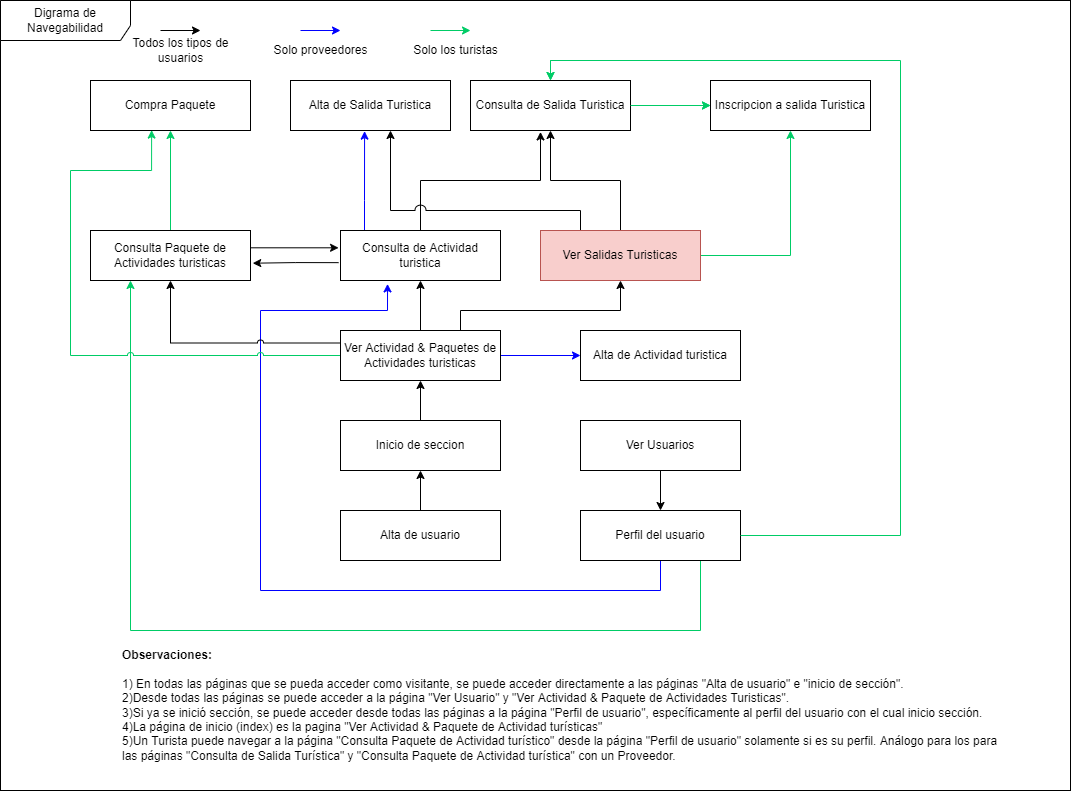
Above: docs/Iteración 2/Navegabilidades/propuesta digrama navegavilidad daniel.png in FacundoDiaz00/Taller-de-Programaci-n (draw.io), before the change. Source tidied: cells renumbered, new cells last; positions are measured from the earlier drawing's top-left corner, leaving out a move shared by most shapes.
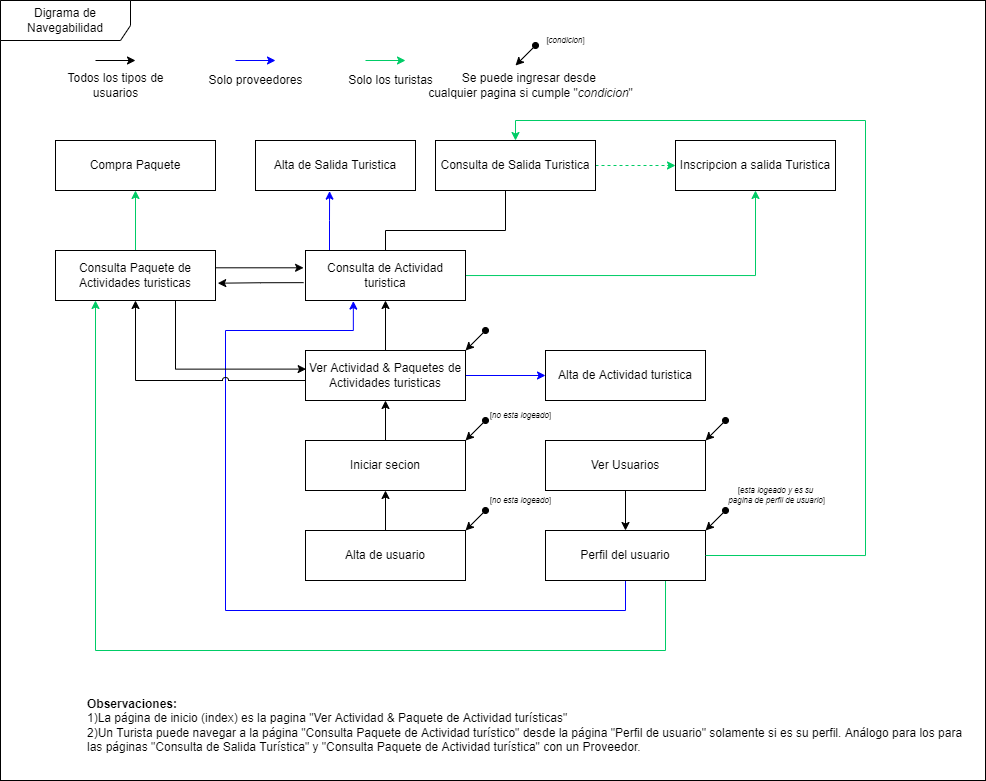
Above is the later version.

Commit message:
comienzo de alta de  usuario

What changed in the source:
```diff
@@ -3,15 +3,18 @@
     <mxCell id="0" />
     <mxCell id="1" parent="0" />
     <mxCell id="2" style="rounded=0;whiteSpace=wrap;html=1;" parent="1" vertex="1">
-      <mxGeometry width="1070" height="790" as="geometry" />
+      <mxGeometry x="35" y="-20" width="985" height="780" as="geometry" />
     </mxCell>
+    <mxCell id="45" value="Digrama de Navegabilidad" style="shape=umlFrame;whiteSpace=wrap;html=1;width=130;height=40;" parent="1" vertex="1">
+      <mxGeometry x="35" y="-20" width="985" height="780" as="geometry" />
+    </mxCell>
-    <mxCell id="3" style="edgeStyle=orthogonalEdgeStyle;rounded=0;jumpStyle=arc;jumpSize=11;jettySize=auto;html=1;entryX=0.294;entryY=1.068;entryDx=0;entryDy=0;entryPerimeter=0;exitX=0.5;exitY=1;exitDx=0;exitDy=0;strokeColor=#0000FF;" parent="1" edge="1" source="35" target="18">
+    <mxCell id="3" style="edgeStyle=orthogonalEdgeStyle;rounded=0;jumpStyle=arc;jumpSize=11;jettySize=auto;html=1;entryX=0.299;entryY=1.012;entryDx=0;entryDy=0;entryPerimeter=0;exitX=0.5;exitY=1;exitDx=0;exitDy=0;strokeColor=#0000FF;" parent="1" edge="1" source="35" target="18">
       <mxGeometry relative="1" as="geometry">
         <Array as="points">
           <mxPoint x="660" y="590" />
           <mxPoint x="260" y="590" />
           <mxPoint x="260" y="310" />
-          <mxPoint x="387" y="310" />
+          <mxPoint x="388" y="310" />
         </Array>
       </mxGeometry>
     </mxCell>
@@ -23,29 +26,17 @@
         </Array>
       </mxGeometry>
     </mxCell>
-    <mxCell id="5" style="edgeStyle=orthogonalEdgeStyle;rounded=0;jettySize=auto;html=1;entryX=0.382;entryY=0.992;entryDx=0;entryDy=0;entryPerimeter=0;jumpStyle=arc;strokeColor=#00CC66;" parent="1" edge="1" source="10" target="22">
-      <mxGeometry relative="1" as="geometry">
-        <Array as="points">
-          <mxPoint x="70" y="355" />
-          <mxPoint x="70" y="170" />
-          <mxPoint x="151" y="170" />
-        </Array>
-      </mxGeometry>
-    </mxCell>
     <mxCell id="6" style="edgeStyle=orthogonalEdgeStyle;rounded=0;jettySize=auto;html=1;entryX=0.5;entryY=1;entryDx=0;entryDy=0;exitX=0;exitY=0.25;exitDx=0;exitDy=0;jumpStyle=arc;" parent="1" edge="1" source="10" target="21">
-      <mxGeometry relative="1" as="geometry" />
+      <mxGeometry relative="1" as="geometry">
+        <Array as="points">
+          <mxPoint x="340" y="360" />
+          <mxPoint x="170" y="360" />
+        </Array>
+      </mxGeometry>
     </mxCell>
     <mxCell id="7" style="edgeStyle=orthogonalEdgeStyle;rounded=0;jettySize=auto;html=1;entryX=0.5;entryY=1;entryDx=0;entryDy=0;" parent="1" edge="1" source="10" target="18">
       <mxGeometry relative="1" as="geometry" />
     </mxCell>
-    <mxCell id="8" style="edgeStyle=orthogonalEdgeStyle;rounded=0;jettySize=auto;html=1;exitX=0.75;exitY=0;exitDx=0;exitDy=0;entryX=0.5;entryY=1;entryDx=0;entryDy=0;" parent="1" edge="1" source="10" target="28">
-      <mxGeometry relative="1" as="geometry">
-        <Array as="points">
-          <mxPoint x="460" y="310" />
-          <mxPoint x="620" y="310" />
-        </Array>
-      </mxGeometry>
-    </mxCell>
     <mxCell id="9" style="edgeStyle=orthogonalEdgeStyle;rounded=0;jettySize=auto;html=1;entryX=0;entryY=0.5;entryDx=0;entryDy=0;strokeColor=#0000FF;" parent="1" edge="1" source="10" target="30">
       <mxGeometry relative="1" as="geometry" />
     </mxCell>
@@ -55,7 +46,7 @@
     <mxCell id="11" style="edgeStyle=orthogonalEdgeStyle;rounded=0;jettySize=auto;html=1;" parent="1" edge="1" source="12" target="10">
       <mxGeometry relative="1" as="geometry" />
     </mxCell>
-    <mxCell id="12" value="Inicio de seccion" style="rounded=0;whiteSpace=wrap;html=1;" parent="1" vertex="1">
+    <mxCell id="12" value="Iniciar secion" style="rounded=0;whiteSpace=wrap;html=1;" parent="1" vertex="1">
       <mxGeometry x="340" y="420" width="160" height="50" as="geometry" />
     </mxCell>
     <mxCell id="13" style="edgeStyle=orthogonalEdgeStyle;rounded=0;jettySize=auto;html=1;entryX=0.5;entryY=1;entryDx=0;entryDy=0;" parent="1" edge="1" source="14" target="12">
@@ -70,8 +61,8 @@
     <mxCell id="16" style="edgeStyle=orthogonalEdgeStyle;rounded=0;jettySize=auto;html=1;entryX=0.442;entryY=1.027;entryDx=0;entryDy=0;entryPerimeter=0;jumpStyle=arc;jumpSize=11;" parent="1" edge="1" source="18" target="24">
       <mxGeometry relative="1" as="geometry">
         <Array as="points">
-          <mxPoint x="420" y="180" />
-          <mxPoint x="540" y="180" />
+          <mxPoint x="420" y="210" />
+          <mxPoint x="540" y="210" />
           <mxPoint x="540" y="131" />
         </Array>
       </mxGeometry>
@@ -84,6 +75,9 @@
         </Array>
       </mxGeometry>
     </mxCell>
+    <mxCell id="46" style="edgeStyle=orthogonalEdgeStyle;rounded=0;jettySize=auto;html=1;entryX=0.5;entryY=1;entryDx=0;entryDy=0;strokeColor=#00CC66;" parent="1" edge="1" source="18" target="29">
+      <mxGeometry relative="1" as="geometry" />
+    </mxCell>
     <mxCell id="18" value="Consulta de Actividad turistica" style="rounded=0;whiteSpace=wrap;html=1;" parent="1" vertex="1">
       <mxGeometry x="340" y="230" width="160" height="50" as="geometry" />
     </mxCell>
@@ -93,43 +87,29 @@
     <mxCell id="20" style="edgeStyle=orthogonalEdgeStyle;rounded=0;jettySize=auto;html=1;exitX=1.004;exitY=0.346;exitDx=0;exitDy=0;exitPerimeter=0;entryX=-0.012;entryY=0.346;entryDx=0;entryDy=0;entryPerimeter=0;" parent="1" edge="1" source="21" target="18">
       <mxGeometry relative="1" as="geometry" />
     </mxCell>
+    <mxCell id="47" style="edgeStyle=orthogonalEdgeStyle;rounded=0;jettySize=auto;html=1;entryX=0.004;entryY=0.372;entryDx=0;entryDy=0;entryPerimeter=0;strokeColor=#000000;exitX=0.75;exitY=1;exitDx=0;exitDy=0;" parent="1" edge="1" source="21" target="10">
+      <mxGeometry relative="1" as="geometry" />
+    </mxCell>
     <mxCell id="21" value="Consulta Paquete de Actividades turisticas" style="rounded=0;whiteSpace=wrap;html=1;" parent="1" vertex="1">
       <mxGeometry x="90" y="230" width="160" height="50" as="geometry" />
     </mxCell>
     <mxCell id="22" value="Compra Paquete" style="rounded=0;whiteSpace=wrap;html=1;" parent="1" vertex="1">
-      <mxGeometry x="90" y="80" width="160" height="50" as="geometry" />
+      <mxGeometry x="90" y="120" width="160" height="50" as="geometry" />
     </mxCell>
     <mxCell id="23" style="edgeStyle=orthogonalEdgeStyle;rounded=0;jettySize=auto;html=1;dashed=1;strokeColor=#00CC66;" parent="1" edge="1" source="24" target="29">
       <mxGeometry relative="1" as="geometry" />
     </mxCell>
     <mxCell id="24" value="Consulta de Salida Turistica" style="rounded=0;whiteSpace=wrap;html=1;" parent="1" vertex="1">
-      <mxGeometry x="470" y="80" width="160" height="50" as="geometry" />
+      <mxGeometry x="470" y="120" width="160" height="50" as="geometry" />
     </mxCell>
-    <mxCell id="25" style="edgeStyle=orthogonalEdgeStyle;rounded=0;jettySize=auto;html=1;entryX=0.5;entryY=1;entryDx=0;entryDy=0;" parent="1" edge="1" source="28" target="24">
-      <mxGeometry relative="1" as="geometry" />
-    </mxCell>
-    <mxCell id="26" style="edgeStyle=orthogonalEdgeStyle;rounded=0;jettySize=auto;html=1;strokeColor=#00CC66;" parent="1" edge="1" source="28" target="29">
-      <mxGeometry relative="1" as="geometry" />
-    </mxCell>
-    <mxCell id="27" style="edgeStyle=orthogonalEdgeStyle;rounded=0;jettySize=auto;html=1;exitX=0.25;exitY=0;exitDx=0;exitDy=0;jumpStyle=arc;jumpSize=11;" parent="1" edge="1" source="28" target="31">
-      <mxGeometry relative="1" as="geometry">
-        <Array as="points">
-          <mxPoint x="580" y="210" />
-          <mxPoint x="390" y="210" />
-        </Array>
-      </mxGeometry>
-    </mxCell>
-    <mxCell id="28" value="Ver Salidas Turisticas" style="rounded=0;whiteSpace=wrap;html=1;fillColor=#f8cecc;strokeColor=#b85450;" parent="1" vertex="1">
-      <mxGeometry x="540" y="230" width="160" height="50" as="geometry" />
-    </mxCell>
     <mxCell id="29" value="Inscripcion a salida Turistica" style="rounded=0;whiteSpace=wrap;html=1;" parent="1" vertex="1">
-      <mxGeometry x="710" y="80" width="160" height="50" as="geometry" />
+      <mxGeometry x="710" y="120" width="160" height="50" as="geometry" />
     </mxCell>
     <mxCell id="30" value="Alta de Actividad turistica" style="rounded=0;whiteSpace=wrap;html=1;" parent="1" vertex="1">
       <mxGeometry x="580" y="330" width="160" height="50" as="geometry" />
     </mxCell>
     <mxCell id="31" value="Alta de Salida Turistica" style="rounded=0;whiteSpace=wrap;html=1;" parent="1" vertex="1">
-      <mxGeometry x="290" y="80" width="160" height="50" as="geometry" />
+      <mxGeometry x="290" y="120" width="160" height="50" as="geometry" />
     </mxCell>
     <mxCell id="32" style="edgeStyle=orthogonalEdgeStyle;rounded=0;jumpStyle=arc;jumpSize=11;jettySize=auto;html=1;" parent="1" edge="1" source="33" target="35">
       <mxGeometry relative="1" as="geometry" />
@@ -137,67 +117,98 @@
     <mxCell id="33" value="Ver Usuarios" style="rounded=0;whiteSpace=wrap;html=1;" parent="1" vertex="1">
       <mxGeometry x="580" y="420" width="160" height="50" as="geometry" />
     </mxCell>
-    <mxCell id="34" style="edgeStyle=orthogonalEdgeStyle;rounded=0;jumpStyle=arc;jumpSize=11;jettySize=auto;html=1;entryX=0.5;entryY=0;entryDx=0;entryDy=0;exitX=1;exitY=0.5;exitDx=0;exitDy=0;dashed=1;strokeColor=#00CC66;" parent="1" edge="1" source="35" target="24">
-      <mxGeometry relative="1" as="geometry">
-        <Array as="points">
-          <mxPoint x="900" y="535" />
-          <mxPoint x="900" y="60" />
-          <mxPoint x="550" y="60" />
-        </Array>
-      </mxGeometry>
-    </mxCell>
     <mxCell id="35" value="Perfil del usuario" style="rounded=0;whiteSpace=wrap;html=1;" parent="1" vertex="1">
       <mxGeometry x="580" y="510" width="160" height="50" as="geometry" />
     </mxCell>
-    <mxCell id="36" value="&lt;b&gt;Observaciones:&lt;/b&gt;&amp;nbsp;&lt;br&gt;&lt;div style=&quot;&quot;&gt;&lt;span style=&quot;background-color: initial;&quot;&gt;&lt;br&gt;&lt;/span&gt;&lt;/div&gt;&lt;div style=&quot;&quot;&gt;&lt;span style=&quot;background-color: initial;&quot;&gt;1)&amp;nbsp;&lt;/span&gt;&lt;span style=&quot;background-color: initial;&quot;&gt;En todas las páginas que se pueda acceder como visitante, se puede acceder directamente a las páginas &quot;Alta de usuario&quot; e &quot;inicio de sección&quot;.&lt;/span&gt;&lt;/div&gt;2)Desde todas las páginas se puede acceder a la página &quot;Ver Usuario&quot; y &quot;Ver Actividad &amp;amp; Paquete de Actividades Turisticas&quot;.&lt;br&gt;3)Si ya se inició sección, se puede acceder desde todas las páginas a la página &quot;Perfil de usuario&quot;, específicamente al perfil del usuario con el cual inicio sección.&lt;br&gt;4)La página de inicio (index) es la pagina &quot;Ver Actividad &amp;amp; Paquete de Actividad turísticas&quot;&lt;br&gt;5)Un Turista puede navegar a la página &quot;Consulta Paquete de Actividad turístico&quot; desde la página &quot;Perfil de usuario&quot; solamente si es su perfil. Análogo para los para &lt;br&gt;las páginas &quot;Consulta de Salida Turística&quot; y &quot;Consulta Paquete de Actividad turística&quot; con un Proveedor." style="text;html=1;align=left;verticalAlign=middle;strokeColor=none;fillColor=none;" parent="1" vertex="1">
-      <mxGeometry x="120" y="640" width="900" height="130" as="geometry" />
+    <mxCell id="36" value="&lt;b&gt;Observaciones:&lt;/b&gt;&amp;nbsp;&lt;br&gt;&lt;div style=&quot;&quot;&gt;&lt;/div&gt;1)La página de inicio (index) es la pagina &quot;Ver Actividad &amp;amp; Paquete de Actividad turísticas&quot;&lt;br&gt;2)Un Turista puede navegar a la página &quot;Consulta Paquete de Actividad turístico&quot; desde la página &quot;Perfil de usuario&quot; solamente si es su perfil. Análogo para los para &lt;br&gt;las páginas &quot;Consulta de Salida Turística&quot; y &quot;Consulta Paquete de Actividad turística&quot; con un Proveedor." style="text;html=1;align=left;verticalAlign=middle;strokeColor=none;fillColor=none;" parent="1" vertex="1">
+      <mxGeometry x="120" y="670" width="900" height="70" as="geometry" />
     </mxCell>
     <mxCell id="37" style="edgeStyle=orthogonalEdgeStyle;rounded=0;orthogonalLoop=1;jettySize=auto;html=1;" parent="1" edge="1">
       <mxGeometry relative="1" as="geometry">
-        <mxPoint x="160" y="30" as="sourcePoint" />
-        <mxPoint x="200" y="30" as="targetPoint" />
+        <mxPoint x="130" y="40" as="sourcePoint" />
+        <mxPoint x="170" y="40" as="targetPoint" />
       </mxGeometry>
     </mxCell>
     <mxCell id="38" value="Todos los tipos de&lt;br&gt;usuarios" style="text;html=1;align=center;verticalAlign=middle;strokeColor=none;fillColor=none;" parent="1" vertex="1">
-      <mxGeometry x="120" y="30" width="120" height="40" as="geometry" />
+      <mxGeometry x="90" y="45" width="120" height="40" as="geometry" />
     </mxCell>
     <mxCell id="39" style="edgeStyle=orthogonalEdgeStyle;rounded=0;orthogonalLoop=1;jettySize=auto;html=1;strokeColor=#0000FF;" parent="1" edge="1">
       <mxGeometry relative="1" as="geometry">
-        <mxPoint x="300" y="30" as="sourcePoint" />
-        <mxPoint x="340" y="30" as="targetPoint" />
+        <mxPoint x="270" y="40" as="sourcePoint" />
+        <mxPoint x="310" y="40" as="targetPoint" />
       </mxGeometry>
     </mxCell>
     <mxCell id="40" value="Solo proveedores" style="text;html=1;align=center;verticalAlign=middle;strokeColor=none;fillColor=none;" parent="1" vertex="1">
-      <mxGeometry x="260" y="35" width="120" height="30" as="geometry" />
+      <mxGeometry x="230" y="45" width="120" height="30" as="geometry" />
     </mxCell>
     <mxCell id="41" style="edgeStyle=orthogonalEdgeStyle;rounded=0;orthogonalLoop=1;jettySize=auto;html=1;strokeColor=#00CC66;" parent="1" edge="1">
       <mxGeometry relative="1" as="geometry">
-        <mxPoint x="430" y="30" as="sourcePoint" />
-        <mxPoint x="470" y="30" as="targetPoint" />
+        <mxPoint x="400" y="40" as="sourcePoint" />
+        <mxPoint x="440" y="40" as="targetPoint" />
       </mxGeometry>
     </mxCell>
     <mxCell id="42" value="Solo los turistas" style="text;html=1;align=center;verticalAlign=middle;strokeColor=none;fillColor=none;" parent="1" vertex="1">
-      <mxGeometry x="400" y="35" width="110" height="30" as="geometry" />
+      <mxGeometry x="370" y="45" width="110" height="30" as="geometry" />
     </mxCell>
-    <mxCell id="43" style="edgeStyle=orthogonalEdgeStyle;rounded=0;jumpStyle=arc;jumpSize=11;orthogonalLoop=1;jettySize=auto;html=1;entryX=0.5;entryY=0;entryDx=0;entryDy=0;exitX=1;exitY=0.5;exitDx=0;exitDy=0;strokeColor=#00CC66;" parent="1" edge="1">
+    <mxCell id="43" style="edgeStyle=orthogonalEdgeStyle;rounded=0;jumpStyle=arc;jumpSize=11;jettySize=auto;html=1;entryX=0.5;entryY=0;entryDx=0;entryDy=0;exitX=1;exitY=0.5;exitDx=0;exitDy=0;strokeColor=#00CC66;" parent="1" edge="1" target="24">
       <mxGeometry relative="1" as="geometry">
         <mxPoint x="740" y="535" as="sourcePoint" />
-        <mxPoint x="550" y="80" as="targetPoint" />
         <Array as="points">
           <mxPoint x="900" y="535" />
-          <mxPoint x="900" y="60" />
-          <mxPoint x="550" y="60" />
+          <mxPoint x="900" y="100" />
+          <mxPoint x="550" y="100" />
         </Array>
       </mxGeometry>
     </mxCell>
-    <mxCell id="44" style="edgeStyle=orthogonalEdgeStyle;rounded=0;orthogonalLoop=1;jettySize=auto;html=1;strokeColor=#00CC66;" parent="1" edge="1">
-      <mxGeometry relative="1" as="geometry">
-        <mxPoint x="630" y="105" as="sourcePoint" />
-        <mxPoint x="710" y="105" as="targetPoint" />
-      </mxGeometry>
-    </mxCell>
-    <mxCell id="45" value="Digrama de Navegabilidad" style="shape=umlFrame;whiteSpace=wrap;html=1;width=130;height=40;" parent="1" vertex="1">
-      <mxGeometry width="1070" height="790" as="geometry" />
-    </mxCell>
+    <mxCell id="48" style="endArrow=classic;html=1;rounded=0;entryX=1;entryY=0;entryDx=0;entryDy=0;startArrow=oval;startFill=1;" parent="1" edge="1" target="12">
+      <mxGeometry relative="1" as="geometry">
+        <mxPoint x="520" y="400" as="sourcePoint" />
+      </mxGeometry>
+    </mxCell>
+    <mxCell id="49" style="endArrow=classic;html=1;rounded=0;entryX=1;entryY=0;entryDx=0;entryDy=0;startArrow=oval;startFill=1;" parent="1" edge="1">
+      <mxGeometry relative="1" as="geometry">
+        <mxPoint x="520" y="310" as="sourcePoint" />
+        <mxPoint x="500" y="330" as="targetPoint" />
+      </mxGeometry>
+    </mxCell>
+    <mxCell id="50" style="endArrow=classic;html=1;rounded=0;entryX=1;entryY=0;entryDx=0;entryDy=0;startArrow=oval;startFill=1;" parent="1" edge="1">
+      <mxGeometry relative="1" as="geometry">
+        <mxPoint x="520" y="490" as="sourcePoint" />
+        <mxPoint x="500" y="510" as="targetPoint" />
+      </mxGeometry>
+    </mxCell>
+    <mxCell id="51" style="endArrow=classic;html=1;rounded=0;entryX=1;entryY=0;entryDx=0;entryDy=0;startArrow=oval;startFill=1;" parent="1" edge="1">
+      <mxGeometry relative="1" as="geometry">
+        <mxPoint x="760" y="490" as="sourcePoint" />
+        <mxPoint x="740" y="510" as="targetPoint" />
+      </mxGeometry>
+    </mxCell>
+    <mxCell id="52" style="endArrow=classic;html=1;rounded=0;entryX=1;entryY=0;entryDx=0;entryDy=0;startArrow=oval;startFill=1;" parent="1" edge="1">
+      <mxGeometry relative="1" as="geometry">
+        <mxPoint x="760" y="400" as="sourcePoint" />
+        <mxPoint x="740" y="420" as="targetPoint" />
+      </mxGeometry>
+    </mxCell>
+    <mxCell id="53" style="endArrow=classic;html=1;rounded=0;entryX=1;entryY=0;entryDx=0;entryDy=0;startArrow=oval;startFill=1;" parent="1" edge="1">
+      <mxGeometry relative="1" as="geometry">
+        <mxPoint x="570" y="25" as="sourcePoint" />
+        <mxPoint x="550" y="45" as="targetPoint" />
+      </mxGeometry>
+    </mxCell>
+    <mxCell id="54" value="Se puede ingresar desde &lt;br&gt;cualquier pagina si cumple &quot;&lt;i&gt;condicion&lt;/i&gt;&quot;" style="text;html=1;align=center;verticalAlign=middle;strokeColor=none;fillColor=none;" parent="1" vertex="1">
+      <mxGeometry x="450" y="45" width="230" height="40" as="geometry" />
+    </mxCell>
+    <mxCell id="55" value="[&lt;i style=&quot;font-size: 8px;&quot;&gt;condicion&lt;/i&gt;]" style="text;html=1;align=center;verticalAlign=middle;strokeColor=none;fillColor=none;fontSize=8;" parent="1" vertex="1">
+      <mxGeometry x="570" y="10" width="60" height="20" as="geometry" />
+    </mxCell>
+    <mxCell id="56" value="[&lt;i style=&quot;font-size: 8px;&quot;&gt;no esta logeado&lt;/i&gt;]" style="text;html=1;align=center;verticalAlign=middle;strokeColor=none;fillColor=none;fontSize=8;" parent="1" vertex="1">
+      <mxGeometry x="515" y="385" width="80" height="20" as="geometry" />
+    </mxCell>
+    <mxCell id="57" value="[&lt;i style=&quot;font-size: 8px;&quot;&gt;no esta logeado&lt;/i&gt;]" style="text;html=1;align=center;verticalAlign=middle;strokeColor=none;fillColor=none;fontSize=8;" parent="1" vertex="1">
+      <mxGeometry x="515" y="470" width="80" height="20" as="geometry" />
+    </mxCell>
+    <mxCell id="58" value="[&lt;i style=&quot;font-size: 8px;&quot;&gt;esta logeado y es su&lt;br&gt;&amp;nbsp;pagina de perfil de usuario&lt;/i&gt;]" style="text;html=1;align=center;verticalAlign=middle;strokeColor=none;fillColor=none;fontSize=8;" parent="1" vertex="1">
+      <mxGeometry x="750" y="460" width="120" height="30" as="geometry" />
+    </mxCell>
   </root>
 </mxGraphModel>
```
